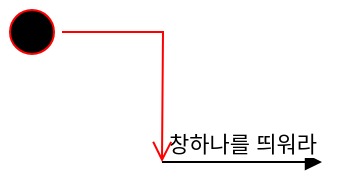
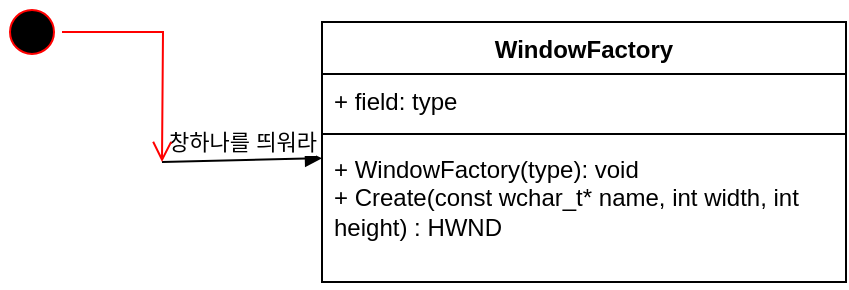
<mxfile host="app.diagrams.net" agent="Mozilla/5.0 (Windows NT 10.0; Win64; x64) AppleWebKit/537.36 (KHTML, like Gecko) Chrome/148.0.0.0 Safari/537.36">
  <diagram name="페이지-1" id="AzWjSueaDokXYa37jS0J">
-     <mxGraphModel dx="673" dy="354" grid="1" gridSize="10" guides="1" tooltips="1" connect="1" arrows="1" fold="1" page="1" pageScale="1" pageWidth="827" pageHeight="1169" math="0" shadow="0">
+     <mxGraphModel dx="512" dy="294" grid="1" gridSize="10" guides="1" tooltips="1" connect="1" arrows="1" fold="1" page="1" pageScale="1" pageWidth="827" pageHeight="1169" math="0" shadow="0">
      <root>
        <mxCell id="0" />
        <mxCell id="1" parent="0" />
-         <mxCell id="KsqaJLePcnn8EeuQi_dI-1" edge="1" parent="1" style="html=1;verticalAlign=bottom;endArrow=block;curved=0;rounded=0;" value="창하나를 띄워라">
+         <mxCell id="KsqaJLePcnn8EeuQi_dI-1" edge="1" parent="1" style="html=1;verticalAlign=bottom;endArrow=block;curved=0;rounded=0;" target="XbJg7xXYLWSemABnesnM-1" value="창하나를 띄워라">
          <mxGeometry relative="1" width="80" as="geometry">
            <mxPoint x="120" y="130" as="sourcePoint" />
            <mxPoint x="200" y="130" as="targetPoint" />
          </mxGeometry>
        </mxCell>
        <mxCell id="KsqaJLePcnn8EeuQi_dI-2" parent="1" style="ellipse;html=1;shape=startState;fillColor=#000000;strokeColor=#ff0000;" value="" vertex="1">
          <mxGeometry height="30" width="30" x="40" y="50" as="geometry" />
        </mxCell>
        <mxCell id="KsqaJLePcnn8EeuQi_dI-3" edge="1" parent="1" source="KsqaJLePcnn8EeuQi_dI-2" style="edgeStyle=orthogonalEdgeStyle;html=1;verticalAlign=bottom;endArrow=open;endSize=8;strokeColor=#ff0000;rounded=0;" value="">
          <mxGeometry relative="1" as="geometry">
            <mxPoint x="120" y="130" as="targetPoint" />
          </mxGeometry>
        </mxCell>
+         <mxCell id="XbJg7xXYLWSemABnesnM-1" parent="1" style="swimlane;fontStyle=1;align=center;verticalAlign=top;childLayout=stackLayout;horizontal=1;startSize=26;horizontalStack=0;resizeParent=1;resizeParentMax=0;resizeLast=0;collapsible=1;marginBottom=0;whiteSpace=wrap;html=1;" value="WindowFactory" vertex="1">
+           <mxGeometry height="130" width="262" x="200" y="60" as="geometry" />
+         </mxCell>
+         <mxCell id="XbJg7xXYLWSemABnesnM-2" parent="XbJg7xXYLWSemABnesnM-1" style="text;strokeColor=none;fillColor=none;align=left;verticalAlign=top;spacingLeft=4;spacingRight=4;overflow=hidden;rotatable=0;points=[[0,0.5],[1,0.5]];portConstraint=eastwest;whiteSpace=wrap;html=1;" value="+ field: type" vertex="1">
+           <mxGeometry height="26" width="262" y="26" as="geometry" />
+         </mxCell>
+         <mxCell id="XbJg7xXYLWSemABnesnM-3" parent="XbJg7xXYLWSemABnesnM-1" style="line;strokeWidth=1;fillColor=none;align=left;verticalAlign=middle;spacingTop=-1;spacingLeft=3;spacingRight=3;rotatable=0;labelPosition=right;points=[];portConstraint=eastwest;strokeColor=inherit;" value="" vertex="1">
+           <mxGeometry height="8" width="262" y="52" as="geometry" />
+         </mxCell>
+         <mxCell id="XbJg7xXYLWSemABnesnM-4" parent="XbJg7xXYLWSemABnesnM-1" style="text;strokeColor=none;fillColor=none;align=left;verticalAlign=top;spacingLeft=4;spacingRight=4;overflow=hidden;rotatable=0;points=[[0,0.5],[1,0.5]];portConstraint=eastwest;whiteSpace=wrap;html=1;" value="+ WindowFactory(type): void&lt;div&gt;+ Create(const wchar_t* name, int width, int height) : HWND&lt;/div&gt;" vertex="1">
+           <mxGeometry height="70" width="262" y="60" as="geometry" />
+         </mxCell>
      </root>
    </mxGraphModel>
  </diagram>
</mxfile>
